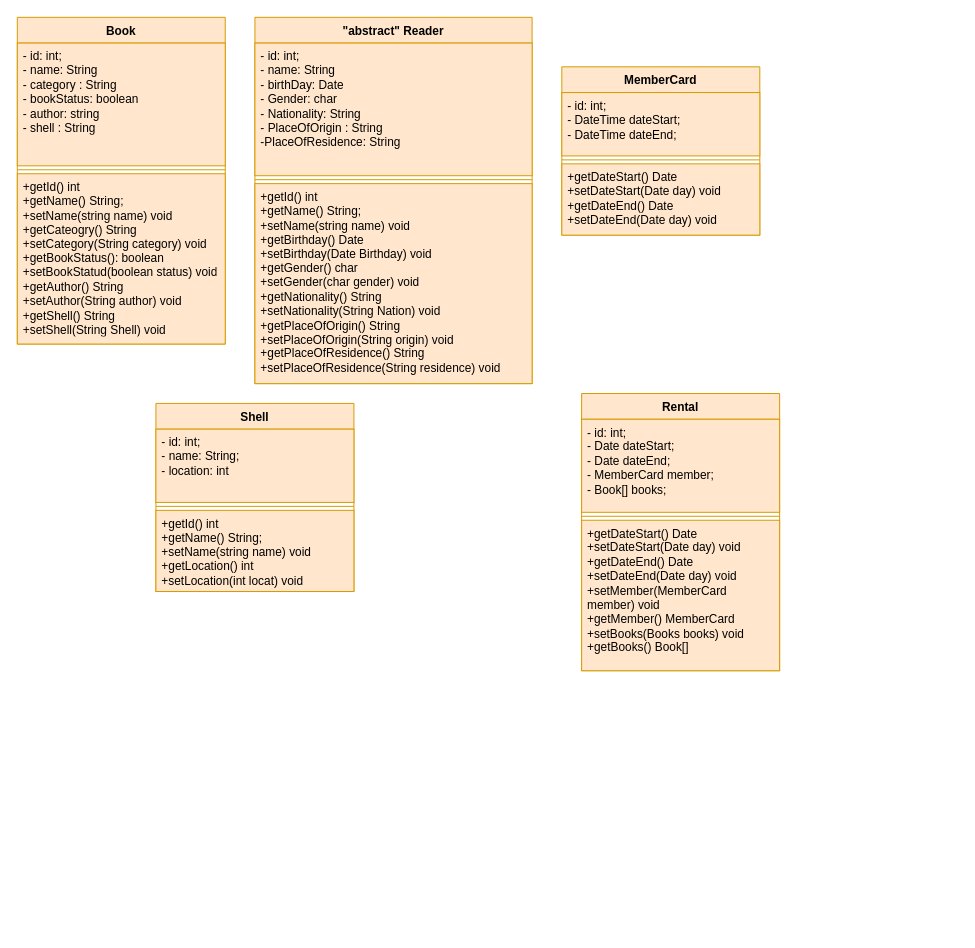
The draw.io diagram BookMan.ConsoleApp/Biểu đồ không có tiêu đề.drawio in sadbrain/week5, before the edit. Source tidied: cells renumbered, new cells numbered last; positions are measured from the earlier drawing's top-left corner, leaving out a move shared by most shapes. Both pictures are drawn from the tidied source at 99%, with x=0, y=0 at pixel (17, 17).
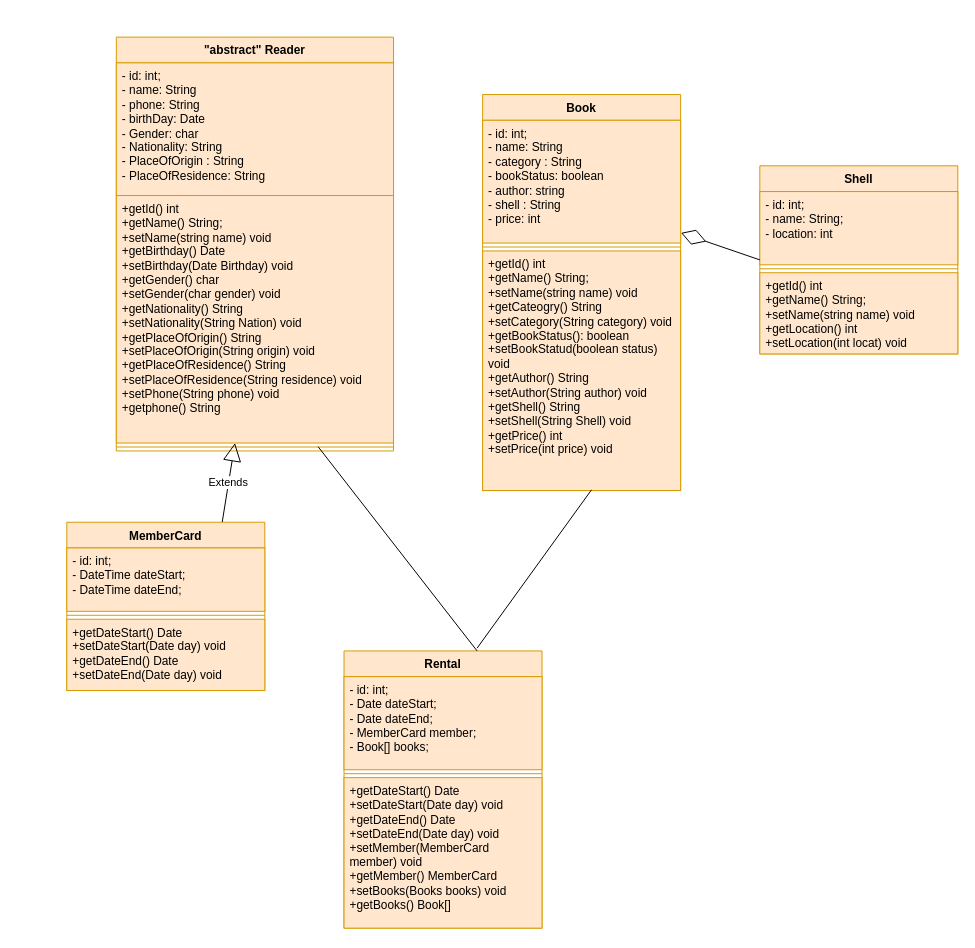
Above is the later version.

Commit message:
Cập nhật Biểu đồ không có tiêu đề.drawio

Change to the diagram source:
```diff
@@
-    <mxCell id="2" value="Book" style="swimlane;fontStyle=1;align=center;verticalAlign=top;horizontal=1;startSize=26;whiteSpace=wrap;html=1;fillColor=#ffe6cc;strokeColor=#d79b00;" parent="1" vertex="1">
-      <mxGeometry width="210" height="330" as="geometry" />
-    </mxCell>
-    <mxCell id="3" value="- id: int;&lt;br&gt;- name: String&lt;br&gt;- category : String&lt;br&gt;- bookStatus: boolean&lt;br&gt;- author: string&lt;br&gt;- shell : String" style="text;strokeColor=#d79b00;fillColor=#ffe6cc;align=left;verticalAlign=top;spacingLeft=4;spacingRight=4;overflow=hidden;points=[[0,0.5],[1,0.5]];portConstraint=eastwest;whiteSpace=wrap;html=1;" parent="2" vertex="1">
-      <mxGeometry y="26" width="210" height="124" as="geometry" />
-    </mxCell>
-    <mxCell id="4" style="line;strokeWidth=1;fillColor=#ffe6cc;align=left;verticalAlign=middle;spacingTop=-1;spacingLeft=3;spacingRight=3;labelPosition=right;strokeColor=#d79b00;" parent="2" vertex="1">
-      <mxGeometry y="150" width="210" height="8" as="geometry" />
-    </mxCell>
-    <mxCell id="5" value="+getId() int&lt;br&gt;+getName() String;&lt;br&gt;+setName(string name) void&lt;br&gt;+getCateogry() String&lt;br&gt;+setCategory(String category) void&lt;br&gt;+getBookStatus(): boolean&lt;br&gt;+setBookStatud(boolean status) void&lt;br&gt;+getAuthor() String&lt;br&gt;+setAuthor(String author) void&lt;br&gt;+getShell() String&lt;br&gt;+setShell(String Shell) void" style="text;strokeColor=#d79b00;fillColor=#ffe6cc;align=left;verticalAlign=top;spacingLeft=4;spacingRight=4;overflow=hidden;points=[[0,0.5],[1,0.5]];portConstraint=eastwest;whiteSpace=wrap;html=1;" parent="2" vertex="1">
-      <mxGeometry y="158" width="210" height="172" as="geometry" />
-    </mxCell>
     <mxCell id="6" value="&quot;abstract&quot; Reader" style="swimlane;fontStyle=1;align=center;verticalAlign=top;horizontal=1;startSize=26;whiteSpace=wrap;html=1;fillColor=#ffe6cc;strokeColor=#d79b00;" parent="1" vertex="1">
-      <mxGeometry x="240" width="280" height="370" as="geometry" />
+      <mxGeometry x="100" y="20" width="280" height="418" as="geometry" />
     </mxCell>
-    <mxCell id="7" value="- id: int;&lt;br&gt;- name: String&lt;br&gt;- birthDay: Date&lt;br&gt;- Gender: char&lt;br&gt;- Nationality: String&lt;br&gt;- PlaceOfOrigin : String&lt;br&gt;-PlaceOfResidence: String" style="text;strokeColor=#d79b00;fillColor=#ffe6cc;align=left;verticalAlign=top;spacingLeft=4;spacingRight=4;overflow=hidden;whiteSpace=wrap;html=1;" parent="6" vertex="1">
+    <mxCell id="7" value="- id: int;&lt;br&gt;- name: String&lt;br&gt;- phone: String&lt;br&gt;- birthDay: Date&lt;br&gt;- Gender: char&lt;br&gt;- Nationality: String&lt;br&gt;- PlaceOfOrigin : String&lt;br&gt;- PlaceOfResidence: String" style="text;strokeColor=#d79b00;fillColor=#ffe6cc;align=left;verticalAlign=top;spacingLeft=4;spacingRight=4;overflow=hidden;whiteSpace=wrap;html=1;" parent="6" vertex="1">
       <mxGeometry y="26" width="280" height="134" as="geometry" />
     </mxCell>
+    <mxCell id="9" value="+getId() int&lt;br&gt;+getName() String;&lt;br&gt;+setName(string name) void&lt;br&gt;+getBirthday() Date&lt;br&gt;+setBirthday(Date Birthday) void&lt;br&gt;+getGender() char&lt;br&gt;+setGender(char gender) void&lt;br&gt;+getNationality() String&lt;br&gt;+setNationality(String Nation) void&lt;br&gt;+getPlaceOfOrigin() String&lt;br&gt;+setPlaceOfOrigin(String origin) void&lt;br&gt;+getPlaceOfResidence() String&lt;br style=&quot;border-color: var(--border-color);&quot;&gt;+setPlaceOfResidence(String residence) void&lt;br&gt;+setPhone(String phone) void&lt;br&gt;+getphone() String" style="text;strokeColor=#d79b00;fillColor=#ffe6cc;align=left;verticalAlign=top;spacingLeft=4;spacingRight=4;overflow=hidden;points=[[0,0.5],[1,0.5]];portConstraint=eastwest;whiteSpace=wrap;html=1;" parent="6" vertex="1">
+      <mxGeometry y="160" width="280" height="250" as="geometry" />
+    </mxCell>
     <mxCell id="8" style="line;strokeWidth=1;fillColor=#ffe6cc;align=left;verticalAlign=middle;spacingTop=-1;spacingLeft=3;spacingRight=3;labelPosition=right;points=[];portConstraint=eastwest;strokeColor=#d79b00;" parent="6" vertex="1">
-      <mxGeometry y="160" width="280" height="8" as="geometry" />
+      <mxGeometry y="410" width="280" height="8" as="geometry" />
     </mxCell>
-    <mxCell id="9" value="+getId() int&lt;br&gt;+getName() String;&lt;br&gt;+setName(string name) void&lt;br&gt;+getBirthday() Date&lt;br&gt;+setBirthday(Date Birthday) void&lt;br&gt;+getGender() char&lt;br&gt;+setGender(char gender) void&lt;br&gt;+getNationality() String&lt;br&gt;+setNationality(String Nation) void&lt;br&gt;+getPlaceOfOrigin() String&lt;br&gt;+setPlaceOfOrigin(String origin) void&lt;br&gt;+getPlaceOfResidence() String&lt;br style=&quot;border-color: var(--border-color);&quot;&gt;+setPlaceOfResidence(String residence) void" style="text;strokeColor=#d79b00;fillColor=#ffe6cc;align=left;verticalAlign=top;spacingLeft=4;spacingRight=4;overflow=hidden;points=[[0,0.5],[1,0.5]];portConstraint=eastwest;whiteSpace=wrap;html=1;" parent="6" vertex="1">
-      <mxGeometry y="168" width="280" height="202" as="geometry" />
-    </mxCell>
     <mxCell id="10" value="MemberCard" style="swimlane;fontStyle=1;align=center;verticalAlign=top;horizontal=1;startSize=26;whiteSpace=wrap;html=1;fillColor=#ffe6cc;strokeColor=#d79b00;" parent="1" vertex="1">
-      <mxGeometry x="550" y="50" width="200" height="170" as="geometry" />
+      <mxGeometry x="50" y="510" width="200" height="170" as="geometry" />
     </mxCell>
@@
     <mxCell id="14" value="Rental" style="swimlane;fontStyle=1;align=center;verticalAlign=top;horizontal=1;startSize=26;whiteSpace=wrap;html=1;fillColor=#ffe6cc;strokeColor=#d79b00;" parent="1" vertex="1">
-      <mxGeometry x="570" y="380" width="200" height="280" as="geometry" />
+      <mxGeometry x="330" y="640" width="200" height="280" as="geometry" />
     </mxCell>
@@
     <mxCell id="18" value="Shell" style="swimlane;fontStyle=1;align=center;verticalAlign=top;horizontal=1;startSize=26;whiteSpace=wrap;html=1;fillColor=#ffe6cc;strokeColor=#d79b00;" parent="1" vertex="1">
-      <mxGeometry x="140" y="390" width="200" height="190" as="geometry" />
+      <mxGeometry x="750" y="150" width="200" height="190" as="geometry" />
     </mxCell>
@@
+    <mxCell id="22" value="Extends" style="endArrow=block;endSize=16;endFill=0;html=1;rounded=0;exitX=0.785;exitY=-0.002;exitDx=0;exitDy=0;exitPerimeter=0;" parent="1" edge="1" source="10" target="9">
+      <mxGeometry relative="1" as="geometry" />
+    </mxCell>
+    <mxCell id="2" value="Book" style="swimlane;fontStyle=1;align=center;verticalAlign=top;horizontal=1;startSize=26;whiteSpace=wrap;html=1;fillColor=#ffe6cc;strokeColor=#d79b00;" parent="1" vertex="1">
+      <mxGeometry x="470" y="78" width="200" height="400" as="geometry" />
+    </mxCell>
+    <mxCell id="3" value="- id: int;&lt;br&gt;- name: String&lt;br&gt;- category : String&lt;br&gt;- bookStatus: boolean&lt;br&gt;- author: string&lt;br&gt;- shell : String&lt;br&gt;- price: int&lt;br&gt;" style="text;strokeColor=#d79b00;fillColor=#ffe6cc;align=left;verticalAlign=top;spacingLeft=4;spacingRight=4;overflow=hidden;points=[[0,0.5],[1,0.5]];portConstraint=eastwest;whiteSpace=wrap;html=1;" parent="2" vertex="1">
+      <mxGeometry y="26" width="200" height="124" as="geometry" />
+    </mxCell>
+    <mxCell id="4" style="line;strokeWidth=1;fillColor=#ffe6cc;align=left;verticalAlign=middle;spacingTop=-1;spacingLeft=3;spacingRight=3;labelPosition=right;strokeColor=#d79b00;" parent="2" vertex="1">
+      <mxGeometry y="150" width="200" height="8" as="geometry" />
+    </mxCell>
+    <mxCell id="5" value="+getId() int&lt;br&gt;+getName() String;&lt;br&gt;+setName(string name) void&lt;br&gt;+getCateogry() String&lt;br&gt;+setCategory(String category) void&lt;br&gt;+getBookStatus(): boolean&lt;br&gt;+setBookStatud(boolean status) void&lt;br&gt;+getAuthor() String&lt;br&gt;+setAuthor(String author) void&lt;br&gt;+getShell() String&lt;br&gt;+setShell(String Shell) void&lt;br&gt;+getPrice() int&lt;br&gt;+setPrice(int price) void" style="text;strokeColor=#d79b00;fillColor=#ffe6cc;align=left;verticalAlign=top;spacingLeft=4;spacingRight=4;overflow=hidden;points=[[0,0.5],[1,0.5]];portConstraint=eastwest;whiteSpace=wrap;html=1;" parent="2" vertex="1">
+      <mxGeometry y="158" width="200" height="242" as="geometry" />
+    </mxCell>
+    <mxCell id="23" style="endArrow=diamondThin;endFill=0;endSize=24;html=1;rounded=0;exitX=0;exitY=0.5;exitDx=0;exitDy=0;entryX=1.002;entryY=0.917;entryDx=0;entryDy=0;entryPerimeter=0;" parent="1" edge="1" source="18" target="3">
+      <mxGeometry relative="1" as="geometry" />
+    </mxCell>
+    <mxCell id="24" style="endArrow=none;html=1;rounded=0;exitX=0.672;exitY=-0.01;exitDx=0;exitDy=0;exitPerimeter=0;entryX=0.55;entryY=0.997;entryDx=0;entryDy=0;entryPerimeter=0;" parent="1" edge="1" source="14" target="5">
+      <mxGeometry relative="1" as="geometry" />
+    </mxCell>
+    <mxCell id="25" style="endArrow=none;html=1;rounded=0;exitX=0.672;exitY=0;exitDx=0;exitDy=0;exitPerimeter=0;entryX=0.728;entryY=0.468;entryDx=0;entryDy=0;entryPerimeter=0;" parent="1" edge="1" source="14" target="8">
+      <mxGeometry relative="1" as="geometry" />
+    </mxCell>
```
